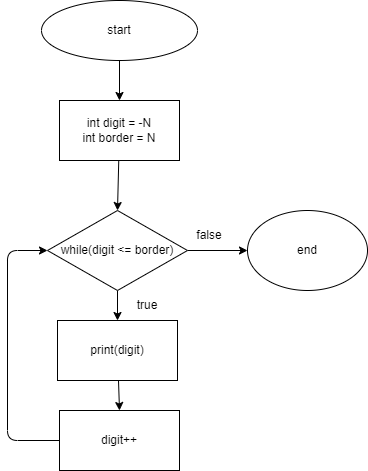
The draw.io diagram Non_lection/Exp004/diagram.drawio.png in xAlex099x/GB-C-lessons, before a commit. Source tidied: cells renumbered, new cells last; positions are measured from the earlier drawing's top-left corner, leaving out a move shared by most shapes. The source it was exported from:
```xml
<mxGraphModel>
  <root>
    <mxCell id="0" />
    <mxCell id="1" parent="0" />
    <mxCell id="2" style="edgeStyle=none;html=1;entryX=0.5;entryY=0;entryDx=0;entryDy=0;" parent="1" edge="1" source="3" target="5">
      <mxGeometry relative="1" as="geometry" />
    </mxCell>
    <mxCell id="3" value="start" style="ellipse;whiteSpace=wrap;html=1;" parent="1" vertex="1">
      <mxGeometry x="34" width="156" height="60" as="geometry" />
    </mxCell>
    <mxCell id="4" style="edgeStyle=none;html=1;entryX=0.5;entryY=0;entryDx=0;entryDy=0;" parent="1" edge="1" source="5" target="9">
      <mxGeometry relative="1" as="geometry" />
    </mxCell>
    <mxCell id="5" value="int digit = -N&lt;br&gt;int border = N" style="rounded=0;whiteSpace=wrap;html=1;" parent="1" vertex="1">
      <mxGeometry x="52" y="100" width="120" height="60" as="geometry" />
    </mxCell>
    <mxCell id="6" value="end" style="ellipse;whiteSpace=wrap;html=1;" parent="1" vertex="1">
      <mxGeometry x="240" y="210" width="120" height="80" as="geometry" />
    </mxCell>
    <mxCell id="7" style="edgeStyle=none;html=1;entryX=0.5;entryY=0;entryDx=0;entryDy=0;" parent="1" edge="1" source="9" target="11">
      <mxGeometry relative="1" as="geometry" />
    </mxCell>
    <mxCell id="8" style="edgeStyle=none;html=1;entryX=0;entryY=0.5;entryDx=0;entryDy=0;" parent="1" edge="1" source="9" target="6">
      <mxGeometry relative="1" as="geometry" />
    </mxCell>
    <mxCell id="9" value="while(digit &amp;lt;= border)" style="rhombus;whiteSpace=wrap;html=1;" parent="1" vertex="1">
      <mxGeometry x="40" y="210" width="140" height="80" as="geometry" />
    </mxCell>
    <mxCell id="10" style="edgeStyle=none;html=1;entryX=0.5;entryY=0;entryDx=0;entryDy=0;" parent="1" edge="1" source="11" target="13">
      <mxGeometry relative="1" as="geometry" />
    </mxCell>
    <mxCell id="11" value="print(digit)" style="rounded=0;whiteSpace=wrap;html=1;" parent="1" vertex="1">
      <mxGeometry x="50" y="320" width="120" height="60" as="geometry" />
    </mxCell>
    <mxCell id="12" style="edgeStyle=none;html=1;entryX=0;entryY=0.5;entryDx=0;entryDy=0;exitX=0;exitY=0.5;exitDx=0;exitDy=0;" parent="1" edge="1" source="13" target="9">
      <mxGeometry relative="1" as="geometry">
        <Array as="points">
          <mxPoint y="440" />
          <mxPoint y="250" />
        </Array>
      </mxGeometry>
    </mxCell>
    <mxCell id="13" value="digit++" style="rounded=0;whiteSpace=wrap;html=1;" parent="1" vertex="1">
      <mxGeometry x="52" y="410" width="120" height="60" as="geometry" />
    </mxCell>
    <mxCell id="14" value="true" style="text;html=1;strokeColor=none;fillColor=none;align=center;verticalAlign=middle;whiteSpace=wrap;rounded=0;" parent="1" vertex="1">
      <mxGeometry x="110" y="290" width="60" height="30" as="geometry" />
    </mxCell>
    <mxCell id="15" value="false" style="text;html=1;strokeColor=none;fillColor=none;align=center;verticalAlign=middle;whiteSpace=wrap;rounded=0;" parent="1" vertex="1">
      <mxGeometry x="172" y="220" width="60" height="30" as="geometry" />
    </mxCell>
  </root>
</mxGraphModel>
```
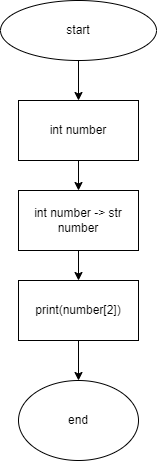
Later version of the same file.

What changed in the source:
```diff
@@ -8,46 +8,26 @@
     <mxCell id="3" value="start" style="ellipse;whiteSpace=wrap;html=1;" parent="1" vertex="1">
       <mxGeometry x="34" width="156" height="60" as="geometry" />
     </mxCell>
-    <mxCell id="4" style="edgeStyle=none;html=1;entryX=0.5;entryY=0;entryDx=0;entryDy=0;" parent="1" edge="1" source="5" target="9">
-      <mxGeometry relative="1" as="geometry" />
-    </mxCell>
+    <mxCell id="16" style="edgeStyle=none;html=1;entryX=0.5;entryY=0;entryDx=0;entryDy=0;" parent="1" edge="1" source="5" target="15">
+      <mxGeometry relative="1" as="geometry" />
+    </mxCell>
-    <mxCell id="5" value="int digit = -N&lt;br&gt;int border = N" style="rounded=0;whiteSpace=wrap;html=1;" parent="1" vertex="1">
+    <mxCell id="5" value="int number" style="rounded=0;whiteSpace=wrap;html=1;" parent="1" vertex="1">
       <mxGeometry x="52" y="100" width="120" height="60" as="geometry" />
     </mxCell>
     <mxCell id="6" value="end" style="ellipse;whiteSpace=wrap;html=1;" parent="1" vertex="1">
-      <mxGeometry x="240" y="210" width="120" height="80" as="geometry" />
+      <mxGeometry x="52" y="380" width="120" height="80" as="geometry" />
     </mxCell>
-    <mxCell id="7" style="edgeStyle=none;html=1;entryX=0.5;entryY=0;entryDx=0;entryDy=0;" parent="1" edge="1" source="9" target="11">
-      <mxGeometry relative="1" as="geometry" />
-    </mxCell>
-    <mxCell id="8" style="edgeStyle=none;html=1;entryX=0;entryY=0.5;entryDx=0;entryDy=0;" parent="1" edge="1" source="9" target="6">
-      <mxGeometry relative="1" as="geometry" />
-    </mxCell>
-    <mxCell id="9" value="while(digit &amp;lt;= border)" style="rhombus;whiteSpace=wrap;html=1;" parent="1" vertex="1">
-      <mxGeometry x="40" y="210" width="140" height="80" as="geometry" />
-    </mxCell>
-    <mxCell id="10" style="edgeStyle=none;html=1;entryX=0.5;entryY=0;entryDx=0;entryDy=0;" parent="1" edge="1" source="11" target="13">
-      <mxGeometry relative="1" as="geometry" />
-    </mxCell>
-    <mxCell id="11" value="print(digit)" style="rounded=0;whiteSpace=wrap;html=1;" parent="1" vertex="1">
-      <mxGeometry x="50" y="320" width="120" height="60" as="geometry" />
-    </mxCell>
-    <mxCell id="12" style="edgeStyle=none;html=1;entryX=0;entryY=0.5;entryDx=0;entryDy=0;exitX=0;exitY=0.5;exitDx=0;exitDy=0;" parent="1" edge="1" source="13" target="9">
-      <mxGeometry relative="1" as="geometry">
-        <Array as="points">
-          <mxPoint y="440" />
-          <mxPoint y="250" />
-        </Array>
-      </mxGeometry>
-    </mxCell>
-    <mxCell id="13" value="digit++" style="rounded=0;whiteSpace=wrap;html=1;" parent="1" vertex="1">
-      <mxGeometry x="52" y="410" width="120" height="60" as="geometry" />
-    </mxCell>
-    <mxCell id="14" value="true" style="text;html=1;strokeColor=none;fillColor=none;align=center;verticalAlign=middle;whiteSpace=wrap;rounded=0;" parent="1" vertex="1">
-      <mxGeometry x="110" y="290" width="60" height="30" as="geometry" />
-    </mxCell>
+    <mxCell id="17" style="edgeStyle=none;html=1;entryX=0.5;entryY=0;entryDx=0;entryDy=0;" parent="1" edge="1" source="15" target="19">
+      <mxGeometry relative="1" as="geometry" />
+    </mxCell>
-    <mxCell id="15" value="false" style="text;html=1;strokeColor=none;fillColor=none;align=center;verticalAlign=middle;whiteSpace=wrap;rounded=0;" parent="1" vertex="1">
-      <mxGeometry x="172" y="220" width="60" height="30" as="geometry" />
+    <mxCell id="15" value="int number -&amp;gt; str number" style="rounded=0;whiteSpace=wrap;html=1;" parent="1" vertex="1">
+      <mxGeometry x="52" y="190" width="120" height="60" as="geometry" />
     </mxCell>
+    <mxCell id="18" style="edgeStyle=none;html=1;entryX=0.5;entryY=0;entryDx=0;entryDy=0;" parent="1" edge="1" source="19" target="6">
+      <mxGeometry relative="1" as="geometry" />
+    </mxCell>
+    <mxCell id="19" value="print(number[2])" style="rounded=0;whiteSpace=wrap;html=1;" parent="1" vertex="1">
+      <mxGeometry x="52" y="280" width="120" height="60" as="geometry" />
+    </mxCell>
   </root>
 </mxGraphModel>
```
